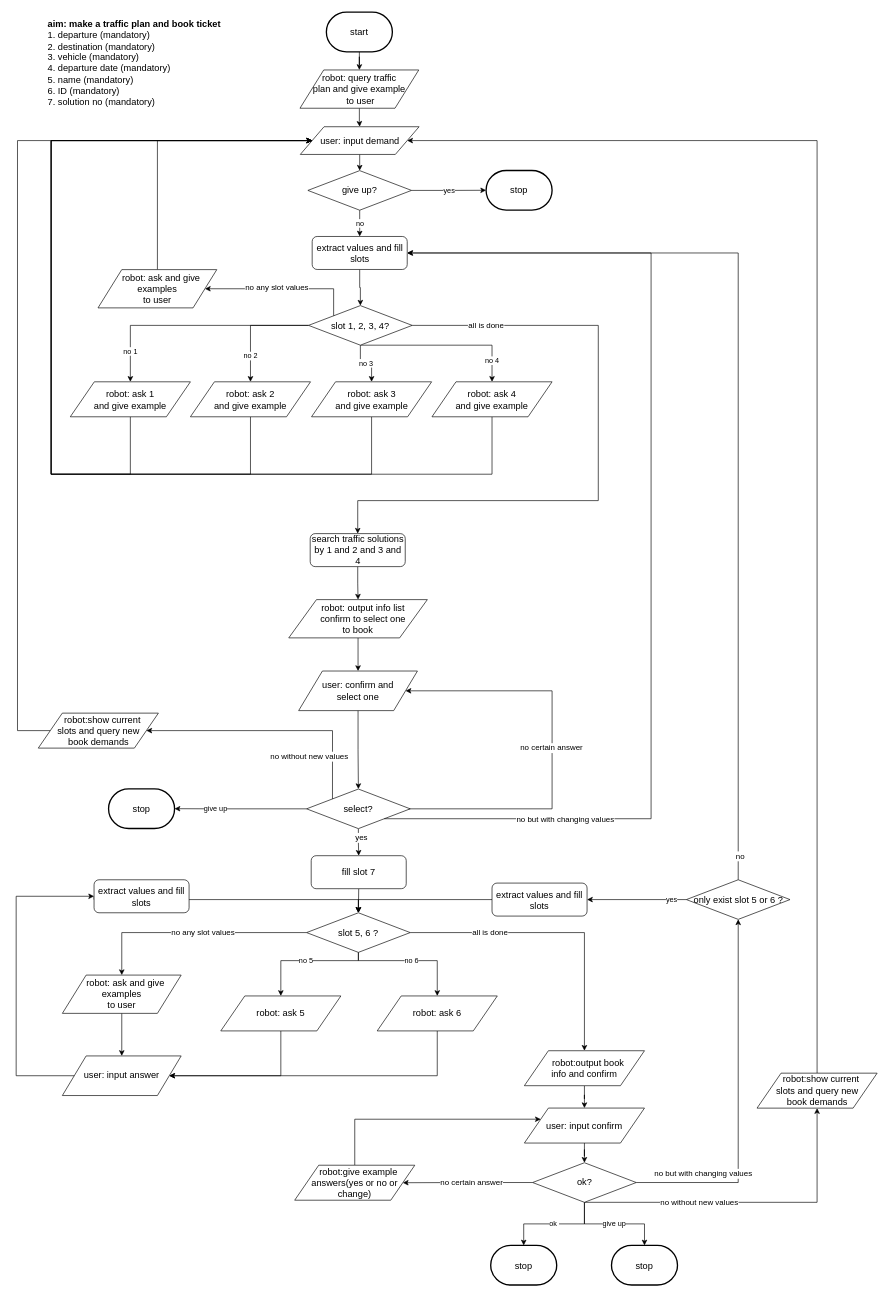
The draw.io diagram flow_diagram/book_plan.drawio in ricosr/travel_consult_chatbot, before the edit. Source tidied: cells renumbered, new cells numbered last; positions are measured from the earlier drawing's top-left corner, leaving out a move shared by most shapes. Both pictures are drawn from the tidied source at 66%, with x=0, y=0 at pixel (16, 12).
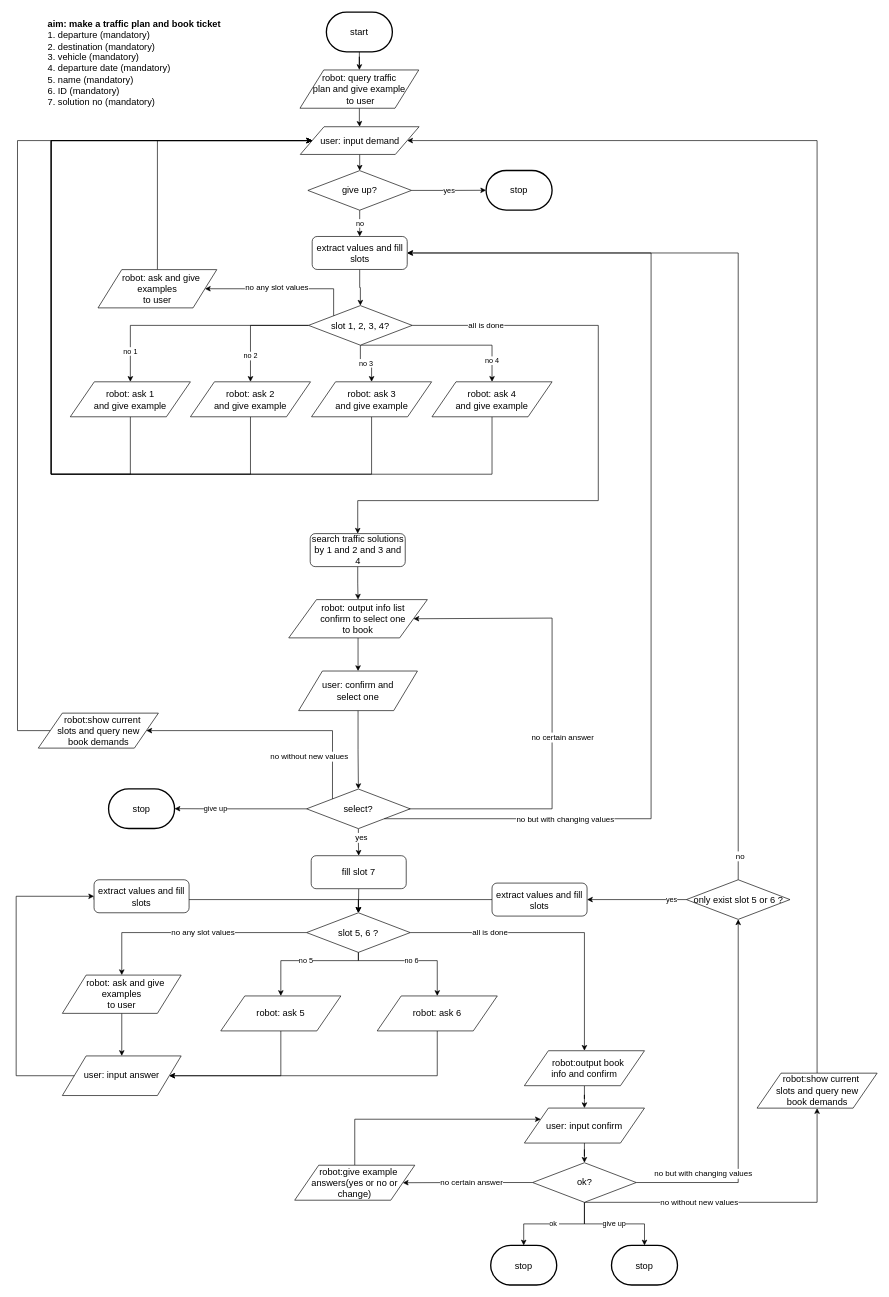
Above is the later version.

The change refers to these unchanged cells:
```xml
<mxCell id="27" value="&lt;span style=&quot;font-size: 14px ; white-space: normal&quot;&gt;&amp;nbsp; &amp;nbsp; &amp;nbsp;robot:&amp;nbsp;&lt;/span&gt;&lt;span style=&quot;font-size: 14px&quot;&gt;output&amp;nbsp;info list&amp;nbsp;&lt;/span&gt;&lt;br style=&quot;font-size: 14px&quot;&gt;&lt;span style=&quot;font-size: 14px&quot;&gt;&amp;nbsp; &amp;nbsp; confirm to&lt;/span&gt;&lt;span style=&quot;font-size: 14px ; white-space: normal&quot;&gt;&amp;nbsp;select one&lt;br&gt;to book&lt;br&gt;&lt;/span&gt;" style="shape=parallelogram;perimeter=parallelogramPerimeter;whiteSpace=wrap;html=1;" parent="1" vertex="1">
  <mxGeometry x="413" y="890" width="210" height="58" as="geometry" />
</mxCell>
<mxCell id="29" value="&lt;span style=&quot;font-size: 14px ; white-space: normal&quot;&gt;user: confirm and &lt;br&gt;select one&lt;/span&gt;" style="shape=parallelogram;perimeter=parallelogramPerimeter;whiteSpace=wrap;html=1;" parent="1" vertex="1">
  <mxGeometry x="428" y="998.2" width="180" height="60" as="geometry" />
</mxCell>
<mxCell id="33" value="&lt;font style=&quot;font-size: 14px&quot;&gt;select?&lt;br&gt;&lt;/font&gt;" style="rhombus;whiteSpace=wrap;html=1;" parent="1" vertex="1">
  <mxGeometry x="440" y="1177" width="157" height="60" as="geometry" />
</mxCell>
```

What changed in the source:
```diff
@@
-    <mxCell id="31" style="edgeStyle=orthogonalEdgeStyle;rounded=0;jettySize=auto;html=1;exitX=0.955;exitY=0.5;exitDx=0;exitDy=0;entryX=1;entryY=0.5;entryDx=0;entryDy=0;exitPerimeter=0;" parent="1" edge="1" source="33" target="29">
+    <mxCell id="31" style="edgeStyle=orthogonalEdgeStyle;rounded=0;jettySize=auto;html=1;exitX=0.955;exitY=0.5;exitDx=0;exitDy=0;entryX=1;entryY=0.5;entryDx=0;entryDy=0;exitPerimeter=0;" parent="1" edge="1" source="33" target="27">
       <mxGeometry relative="1" as="geometry">
         <Array as="points">
           <mxPoint x="812" y="1207" />
-          <mxPoint x="812" y="1029" />
+          <mxPoint x="812" y="918" />
         </Array>
       </mxGeometry>
     </mxCell>
```
